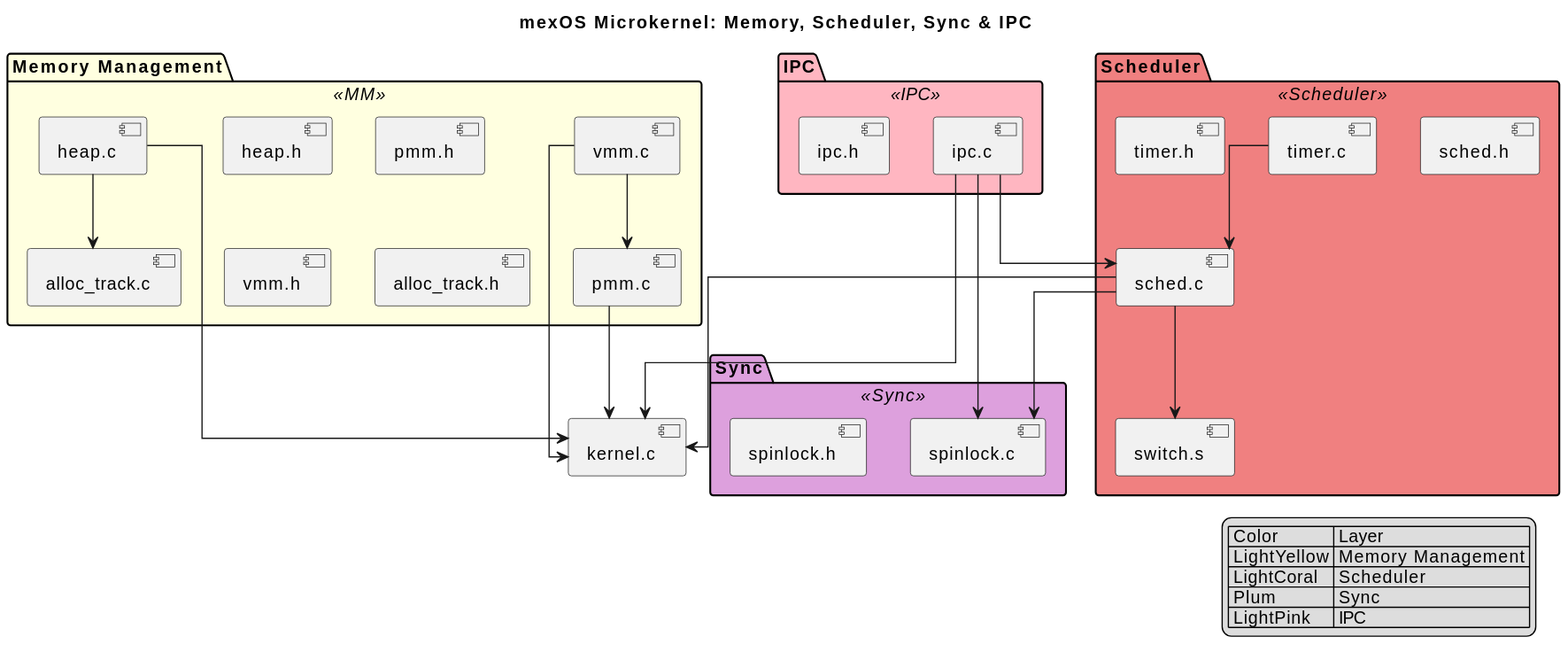
Above: docs/UML/MM_Sched_IPC.svg in mendax0110/mexOS (PlantUML), before the change.
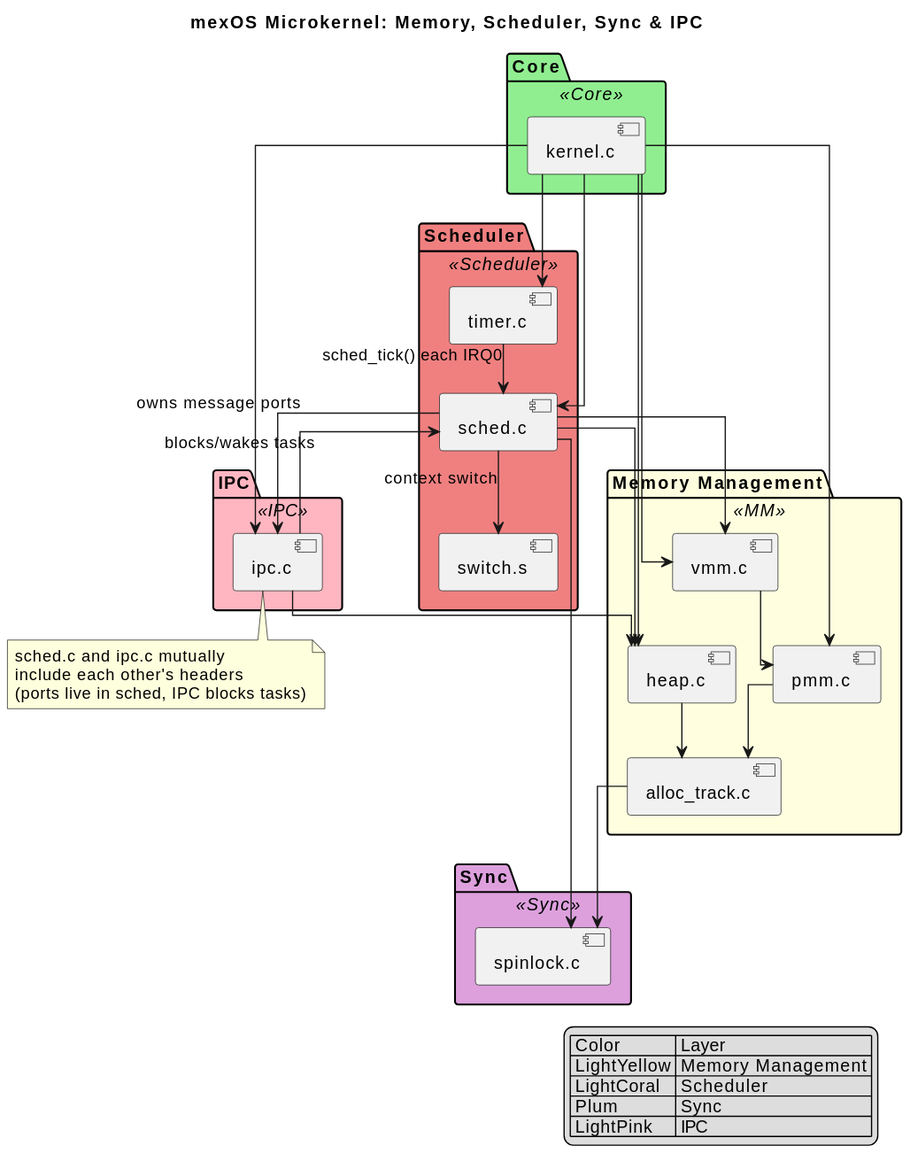
Later version of the same file.

Diff of the diagram source:
```diff
@@ -2,7 +2,10 @@
 title mexOS Microkernel: Memory, Scheduler, Sync & IPC
 
 skinparam linetype ortho
+skinparam nodesep 30
+skinparam ranksep 40
 skinparam package {
+    BackgroundColor<<Core>> LightGreen
     BackgroundColor<<MM>> LightYellow
     BackgroundColor<<Scheduler>> LightCoral
     BackgroundColor<<Sync>> Plum
@@ -11,49 +14,58 @@
     Shadowing false
 }
 
+package "Core" <<Core>> {
+    [kernel.c]
+}
+
 package "Memory Management" <<MM>> {
+    [pmm.c]
     [heap.c]
-    [heap.h]
-    [pmm.c]
-    [pmm.h]
     [vmm.c]
-    [vmm.h]
     [alloc_track.c]
-    [alloc_track.h]
 }
 
 package "Scheduler" <<Scheduler>> {
     [sched.c]
-    [sched.h]
+    [timer.c]
     [switch.s]
-    [timer.c]
-    [timer.h]
 }
 
 package "Sync" <<Sync>> {
     [spinlock.c]
-    [spinlock.h]
 }
 
 package "IPC" <<IPC>> {
     [ipc.c]
-    [ipc.h]
 }
 
-[heap.c] --> [kernel.c]
-[pmm.c] --> [kernel.c]
-[vmm.c] --> [kernel.c]
+[kernel.c] --> [pmm.c]
+[kernel.c] --> [heap.c]
+[kernel.c] --> [vmm.c]
+[kernel.c] --> [ipc.c]
+[kernel.c] --> [sched.c]
+[kernel.c] --> [timer.c]
+
+[pmm.c] --> [alloc_track.c]
 [heap.c] --> [alloc_track.c]
 [vmm.c] --> [pmm.c]
+[alloc_track.c] --> [spinlock.c]
 
-[timer.c] --> [sched.c]
-[sched.c] --> [switch.s]
-[sched.c] --> [kernel.c]
+[timer.c] --> [sched.c] : sched_tick() each IRQ0
+[sched.c] --> [switch.s] : context switch
 [sched.c] --> [spinlock.c]
+[sched.c] --> [heap.c]
+[sched.c] --> [vmm.c]
+[sched.c] --> [ipc.c] : owns message ports
 
-[ipc.c] --> [kernel.c]
-[ipc.c] --> [spinlock.c]
-[ipc.c] --> [sched.c]
+[ipc.c] --> [heap.c]
+[ipc.c] --> [sched.c] : blocks/wakes tasks
+
+note bottom of [ipc.c]
+  sched.c and ipc.c mutually
+  include each other's headers
+  (ports live in sched, IPC blocks tasks)
+end note
 
 legend right
 | Color | Layer |
```
